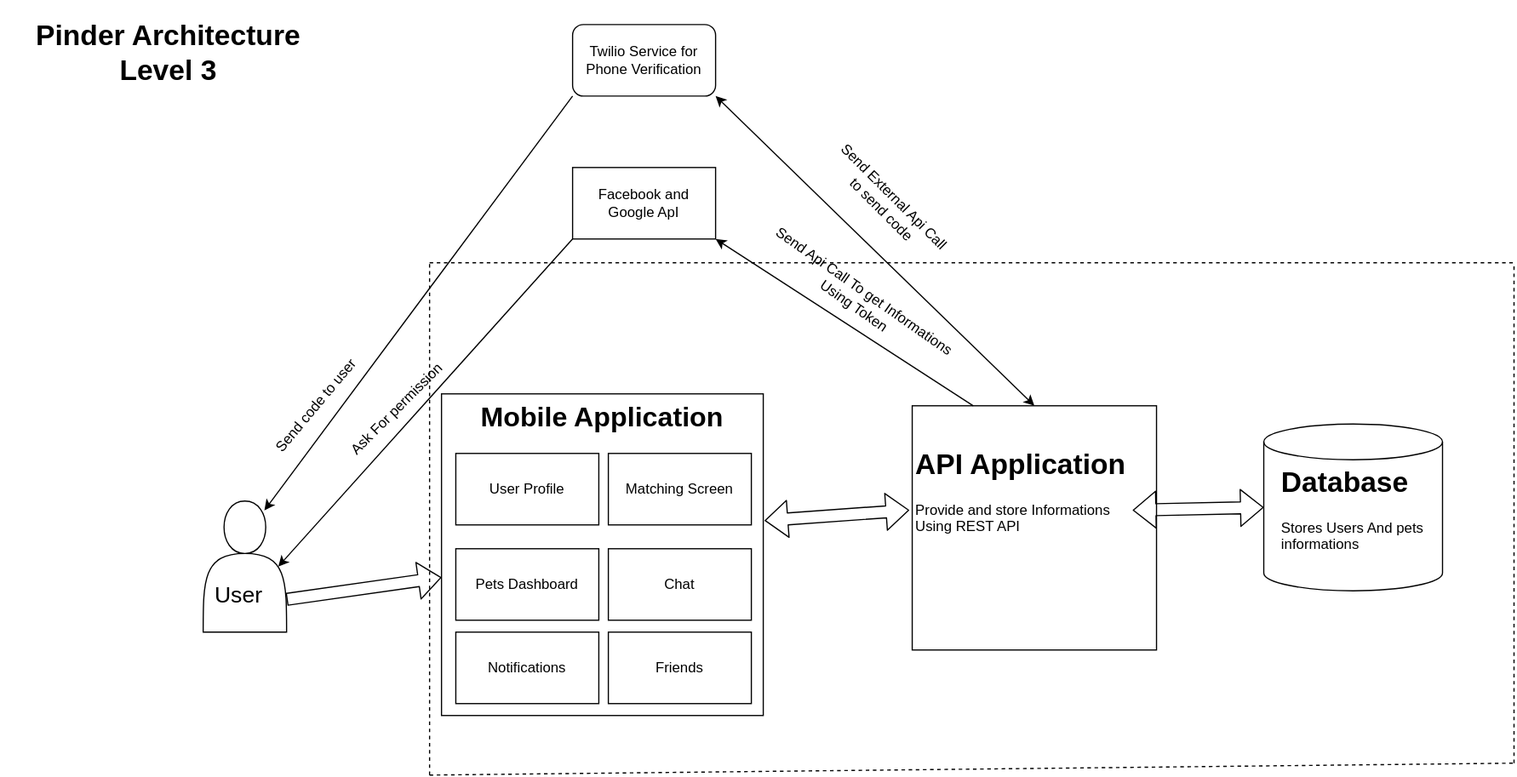
Before: Architecture/Pinder-Page-3.svg, a diagram exported from draw.io (Byakugan-Team/Pinder). Source tidied: cells renumbered, new cells last; positions are measured from the earlier drawing's top-left corner, leaving out a move shared by most shapes. Its diagram source:
```xml
<mxGraphModel>
  <root>
    <mxCell id="0" />
    <mxCell id="1" parent="0" />
    <mxCell id="2" style="shape=flexArrow;endArrow=classic;html=1;exitX=1;exitY=0.75;exitDx=0;exitDy=0;" parent="1" edge="1" source="11" target="3">
      <mxGeometry relative="1" as="geometry" />
    </mxCell>
    <mxCell id="3" style="whiteSpace=wrap;html=1;strokeColor=#000000;" parent="1" vertex="1">
      <mxGeometry x="370" y="320" width="270" height="270" as="geometry" />
    </mxCell>
    <mxCell id="4" value="Twilio Service for Phone Verification" style="rounded=1;whiteSpace=wrap;html=1;strokeColor=#000000;" parent="1" vertex="1">
      <mxGeometry x="480" y="10" width="120" height="60" as="geometry" />
    </mxCell>
    <mxCell id="5" style="endArrow=classic;html=1;entryX=0.734;entryY=0.071;entryDx=0;entryDy=0;entryPerimeter=0;exitX=0;exitY=1;exitDx=0;exitDy=0;" parent="1" edge="1" source="4" target="11">
      <mxGeometry relative="1" as="geometry" />
    </mxCell>
    <mxCell id="6" value="Send code to user" style="text;html=1;strokeColor=none;fillColor=none;align=center;verticalAlign=middle;whiteSpace=wrap;rounded=0;rotation=-50;" parent="1" vertex="1">
      <mxGeometry x="210" y="320" width="110" height="20" as="geometry" />
    </mxCell>
    <mxCell id="7" value="Send External Api Call to send code" style="text;html=1;strokeColor=none;fillColor=none;align=center;verticalAlign=middle;whiteSpace=wrap;rounded=0;rotation=45;" parent="1" vertex="1">
      <mxGeometry x="680" y="140" width="130" height="40" as="geometry" />
    </mxCell>
    <mxCell id="8" style="endArrow=none;dashed=1;html=1;" parent="1" edge="1">
      <mxGeometry relative="1" as="geometry">
        <mxPoint x="360" y="210" as="sourcePoint" />
        <mxPoint x="1270" y="210" as="targetPoint" />
      </mxGeometry>
    </mxCell>
    <mxCell id="9" style="endArrow=none;dashed=1;html=1;" parent="1" edge="1">
      <mxGeometry relative="1" as="geometry">
        <mxPoint x="360" y="640" as="sourcePoint" />
        <mxPoint x="360" y="210" as="targetPoint" />
      </mxGeometry>
    </mxCell>
    <mxCell id="10" style="endArrow=none;dashed=1;html=1;" parent="1" edge="1">
      <mxGeometry relative="1" as="geometry">
        <mxPoint x="360" y="640" as="sourcePoint" />
        <mxPoint x="1270" y="630" as="targetPoint" />
      </mxGeometry>
    </mxCell>
    <mxCell id="11" style="shape=actor;whiteSpace=wrap;html=1;strokeColor=#000000;" parent="1" vertex="1">
      <mxGeometry x="170" y="410" width="70" height="110" as="geometry" />
    </mxCell>
    <mxCell id="12" style="whiteSpace=wrap;html=1;strokeColor=#000000;" parent="1" vertex="1">
      <mxGeometry x="765" y="330" width="205" height="205" as="geometry" />
    </mxCell>
    <mxCell id="13" value="&lt;h1&gt;API Application&lt;/h1&gt;&lt;p&gt;Provide and store Informations Using REST API&lt;/p&gt;" style="text;html=1;strokeColor=none;fillColor=none;spacing=5;spacingTop=-20;whiteSpace=wrap;overflow=hidden;rounded=0;" parent="1" vertex="1">
      <mxGeometry x="762.5" y="360" width="187.5" height="115.3" as="geometry" />
    </mxCell>
    <mxCell id="14" style="shape=cylinder3;whiteSpace=wrap;html=1;boundedLbl=1;backgroundOutline=1;size=15;strokeColor=#000000;" parent="1" vertex="1">
      <mxGeometry x="1060" y="345.3" width="150" height="140" as="geometry" />
    </mxCell>
    <mxCell id="15" value="&lt;h1&gt;Database&lt;/h1&gt;&lt;p&gt;Stores Users And pets informations&lt;/p&gt;" style="text;html=1;strokeColor=none;fillColor=none;spacing=5;spacingTop=-20;whiteSpace=wrap;overflow=hidden;rounded=0;" parent="1" vertex="1">
      <mxGeometry x="1070" y="375.3" width="130" height="120" as="geometry" />
    </mxCell>
    <mxCell id="16" style="endArrow=classic;startArrow=classic;html=1;exitX=0.5;exitY=0;exitDx=0;exitDy=0;entryX=1;entryY=1;entryDx=0;entryDy=0;" parent="1" edge="1" source="12" target="4">
      <mxGeometry relative="1" as="geometry" />
    </mxCell>
    <mxCell id="17" style="shape=flexArrow;endArrow=classic;startArrow=classic;html=1;exitX=1;exitY=0.5;exitDx=0;exitDy=0;entryX=0;entryY=0.5;entryDx=0;entryDy=0;entryPerimeter=0;" parent="1" edge="1" source="13" target="14">
      <mxGeometry relative="1" as="geometry" />
    </mxCell>
    <mxCell id="18" style="endArrow=none;dashed=1;html=1;" parent="1" edge="1">
      <mxGeometry relative="1" as="geometry">
        <mxPoint x="1270" y="630" as="sourcePoint" />
        <mxPoint x="1270" y="210" as="targetPoint" />
      </mxGeometry>
    </mxCell>
    <mxCell id="19" value="&lt;font style=&quot;font-size: 19px&quot;&gt;User&lt;/font&gt;" style="text;html=1;strokeColor=none;fillColor=none;align=center;verticalAlign=middle;whiteSpace=wrap;rounded=0;" parent="1" vertex="1">
      <mxGeometry x="180" y="480" width="40" height="20" as="geometry" />
    </mxCell>
    <mxCell id="20" value="&lt;h1 style=&quot;text-align: center&quot;&gt;Pinder Architecture Level 3&lt;/h1&gt;&lt;p&gt;&lt;br&gt;&lt;/p&gt;" style="text;html=1;strokeColor=none;fillColor=none;spacing=5;spacingTop=-20;whiteSpace=wrap;overflow=hidden;rounded=0;" parent="1" vertex="1">
      <mxGeometry width="280" height="120" as="geometry" />
    </mxCell>
    <mxCell id="21" value="Facebook and Google ApI" style="rounded=0;whiteSpace=wrap;html=1;" parent="1" vertex="1">
      <mxGeometry x="480" y="130" width="120" height="60" as="geometry" />
    </mxCell>
    <mxCell id="22" style="endArrow=classic;html=1;exitX=0.25;exitY=0;exitDx=0;exitDy=0;entryX=1;entryY=1;entryDx=0;entryDy=0;" parent="1" edge="1" source="12" target="21">
      <mxGeometry relative="1" as="geometry" />
    </mxCell>
    <mxCell id="23" style="endArrow=classic;html=1;entryX=0.9;entryY=0.5;entryDx=0;entryDy=0;entryPerimeter=0;exitX=0;exitY=1;exitDx=0;exitDy=0;" parent="1" edge="1" source="21" target="11">
      <mxGeometry relative="1" as="geometry" />
    </mxCell>
    <mxCell id="24" value="Send Api Call To get Informations&lt;br&gt;Using Token" style="text;html=1;strokeColor=none;fillColor=none;align=center;verticalAlign=middle;whiteSpace=wrap;rounded=0;rotation=35;" parent="1" vertex="1">
      <mxGeometry x="622" y="230" width="197.8" height="20" as="geometry" />
    </mxCell>
    <mxCell id="25" value="Ask For permission" style="text;html=1;strokeColor=none;fillColor=none;align=center;verticalAlign=middle;whiteSpace=wrap;rounded=0;rotation=-45;" parent="1" vertex="1">
      <mxGeometry x="260" y="320" width="145" height="25.3" as="geometry" />
    </mxCell>
    <mxCell id="26" value="Pets Dashboard" style="rounded=0;whiteSpace=wrap;html=1;" parent="1" vertex="1">
      <mxGeometry x="382" y="450" width="120" height="60" as="geometry" />
    </mxCell>
    <mxCell id="27" style="shape=flexArrow;endArrow=classic;startArrow=classic;html=1;exitX=1.004;exitY=0.394;exitDx=0;exitDy=0;exitPerimeter=0;entryX=0;entryY=0.5;entryDx=0;entryDy=0;" parent="1" edge="1" source="3" target="13">
      <mxGeometry relative="1" as="geometry" />
    </mxCell>
    <mxCell id="28" value="&lt;b&gt;&lt;font style=&quot;font-size: 23px&quot;&gt;Mobile Application&lt;/font&gt;&lt;/b&gt;" style="text;html=1;strokeColor=none;fillColor=none;align=center;verticalAlign=middle;whiteSpace=wrap;rounded=0;" parent="1" vertex="1">
      <mxGeometry x="390" y="330" width="230" height="20" as="geometry" />
    </mxCell>
    <mxCell id="29" value="Matching Screen" style="rounded=0;whiteSpace=wrap;html=1;" parent="1" vertex="1">
      <mxGeometry x="510" y="370" width="120" height="60" as="geometry" />
    </mxCell>
    <mxCell id="30" value="User Profile" style="rounded=0;whiteSpace=wrap;html=1;" parent="1" vertex="1">
      <mxGeometry x="382" y="370" width="120" height="60" as="geometry" />
    </mxCell>
    <mxCell id="31" value="Chat" style="rounded=0;whiteSpace=wrap;html=1;" parent="1" vertex="1">
      <mxGeometry x="510" y="450" width="120" height="60" as="geometry" />
    </mxCell>
    <mxCell id="32" value="Notifications" style="rounded=0;whiteSpace=wrap;html=1;" parent="1" vertex="1">
      <mxGeometry x="382" y="520" width="120" height="60" as="geometry" />
    </mxCell>
    <mxCell id="33" value="Friends" style="rounded=0;whiteSpace=wrap;html=1;" parent="1" vertex="1">
      <mxGeometry x="510" y="520" width="120" height="60" as="geometry" />
    </mxCell>
  </root>
</mxGraphModel>
```
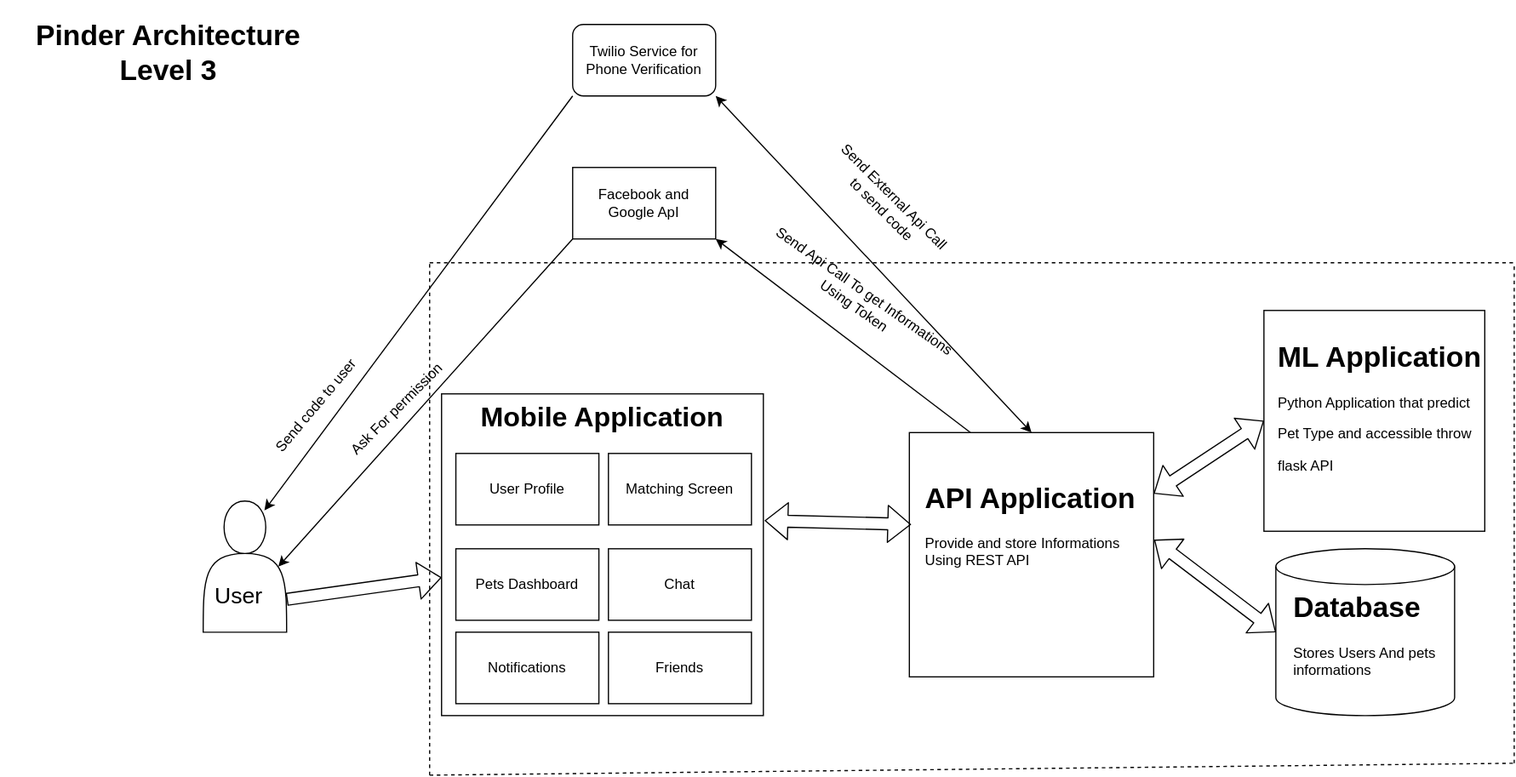
The same diagram one commit later.

The edit, as a diff of the source:
```diff
@@ -42,21 +42,21 @@
       <mxGeometry x="170" y="410" width="70" height="110" as="geometry" />
     </mxCell>
     <mxCell id="12" style="whiteSpace=wrap;html=1;strokeColor=#000000;" parent="1" vertex="1">
-      <mxGeometry x="765" y="330" width="205" height="205" as="geometry" />
+      <mxGeometry x="762.5" y="352.5" width="205" height="205" as="geometry" />
     </mxCell>
     <mxCell id="13" value="&lt;h1&gt;API Application&lt;/h1&gt;&lt;p&gt;Provide and store Informations Using REST API&lt;/p&gt;" style="text;html=1;strokeColor=none;fillColor=none;spacing=5;spacingTop=-20;whiteSpace=wrap;overflow=hidden;rounded=0;" parent="1" vertex="1">
-      <mxGeometry x="762.5" y="360" width="187.5" height="115.3" as="geometry" />
+      <mxGeometry x="771.2" y="387.5" width="187.5" height="115.3" as="geometry" />
     </mxCell>
     <mxCell id="14" style="shape=cylinder3;whiteSpace=wrap;html=1;boundedLbl=1;backgroundOutline=1;size=15;strokeColor=#000000;" parent="1" vertex="1">
-      <mxGeometry x="1060" y="345.3" width="150" height="140" as="geometry" />
+      <mxGeometry x="1070" y="450" width="150" height="140" as="geometry" />
     </mxCell>
     <mxCell id="15" value="&lt;h1&gt;Database&lt;/h1&gt;&lt;p&gt;Stores Users And pets informations&lt;/p&gt;" style="text;html=1;strokeColor=none;fillColor=none;spacing=5;spacingTop=-20;whiteSpace=wrap;overflow=hidden;rounded=0;" parent="1" vertex="1">
-      <mxGeometry x="1070" y="375.3" width="130" height="120" as="geometry" />
+      <mxGeometry x="1080" y="480" width="130" height="120" as="geometry" />
     </mxCell>
     <mxCell id="16" style="endArrow=classic;startArrow=classic;html=1;exitX=0.5;exitY=0;exitDx=0;exitDy=0;entryX=1;entryY=1;entryDx=0;entryDy=0;" parent="1" edge="1" source="12" target="4">
       <mxGeometry relative="1" as="geometry" />
     </mxCell>
-    <mxCell id="17" style="shape=flexArrow;endArrow=classic;startArrow=classic;html=1;exitX=1;exitY=0.5;exitDx=0;exitDy=0;entryX=0;entryY=0.5;entryDx=0;entryDy=0;entryPerimeter=0;" parent="1" edge="1" source="13" target="14">
+    <mxCell id="17" style="shape=flexArrow;endArrow=classic;startArrow=classic;html=1;entryX=0;entryY=0.5;entryDx=0;entryDy=0;entryPerimeter=0;exitX=1.002;exitY=0.439;exitDx=0;exitDy=0;exitPerimeter=0;" parent="1" edge="1" source="12" target="14">
       <mxGeometry relative="1" as="geometry" />
     </mxCell>
     <mxCell id="18" style="endArrow=none;dashed=1;html=1;" parent="1" edge="1">
@@ -89,7 +89,7 @@
     <mxCell id="26" value="Pets Dashboard" style="rounded=0;whiteSpace=wrap;html=1;" parent="1" vertex="1">
       <mxGeometry x="382" y="450" width="120" height="60" as="geometry" />
     </mxCell>
-    <mxCell id="27" style="shape=flexArrow;endArrow=classic;startArrow=classic;html=1;exitX=1.004;exitY=0.394;exitDx=0;exitDy=0;exitPerimeter=0;entryX=0;entryY=0.5;entryDx=0;entryDy=0;" parent="1" edge="1" source="3" target="13">
+    <mxCell id="27" style="shape=flexArrow;endArrow=classic;startArrow=classic;html=1;exitX=1.004;exitY=0.394;exitDx=0;exitDy=0;exitPerimeter=0;entryX=0.007;entryY=0.376;entryDx=0;entryDy=0;entryPerimeter=0;" parent="1" edge="1" source="3" target="12">
       <mxGeometry relative="1" as="geometry" />
     </mxCell>
     <mxCell id="28" value="&lt;b&gt;&lt;font style=&quot;font-size: 23px&quot;&gt;Mobile Application&lt;/font&gt;&lt;/b&gt;" style="text;html=1;strokeColor=none;fillColor=none;align=center;verticalAlign=middle;whiteSpace=wrap;rounded=0;" parent="1" vertex="1">
@@ -110,5 +110,14 @@
     <mxCell id="33" value="Friends" style="rounded=0;whiteSpace=wrap;html=1;" parent="1" vertex="1">
       <mxGeometry x="510" y="520" width="120" height="60" as="geometry" />
     </mxCell>
+    <mxCell id="34" style="whiteSpace=wrap;html=1;" parent="1" vertex="1">
+      <mxGeometry x="1060" y="250" width="185.3" height="185.3" as="geometry" />
+    </mxCell>
+    <mxCell id="35" value="&lt;h1&gt;ML Application&lt;/h1&gt;&lt;p&gt;Python Application that predict&lt;/p&gt;&lt;p&gt;Pet Type and accessible throw&amp;nbsp;&lt;/p&gt;&lt;p&gt;flask API&lt;/p&gt;" style="text;html=1;strokeColor=none;fillColor=none;spacing=5;spacingTop=-20;whiteSpace=wrap;overflow=hidden;rounded=0;" parent="1" vertex="1">
+      <mxGeometry x="1067.3" y="270" width="190" height="120" as="geometry" />
+    </mxCell>
+    <mxCell id="36" style="shape=flexArrow;endArrow=classic;startArrow=classic;html=1;entryX=0;entryY=0.5;entryDx=0;entryDy=0;exitX=1;exitY=0.25;exitDx=0;exitDy=0;" parent="1" edge="1" source="12" target="34">
+      <mxGeometry relative="1" as="geometry" />
+    </mxCell>
   </root>
 </mxGraphModel>
```
